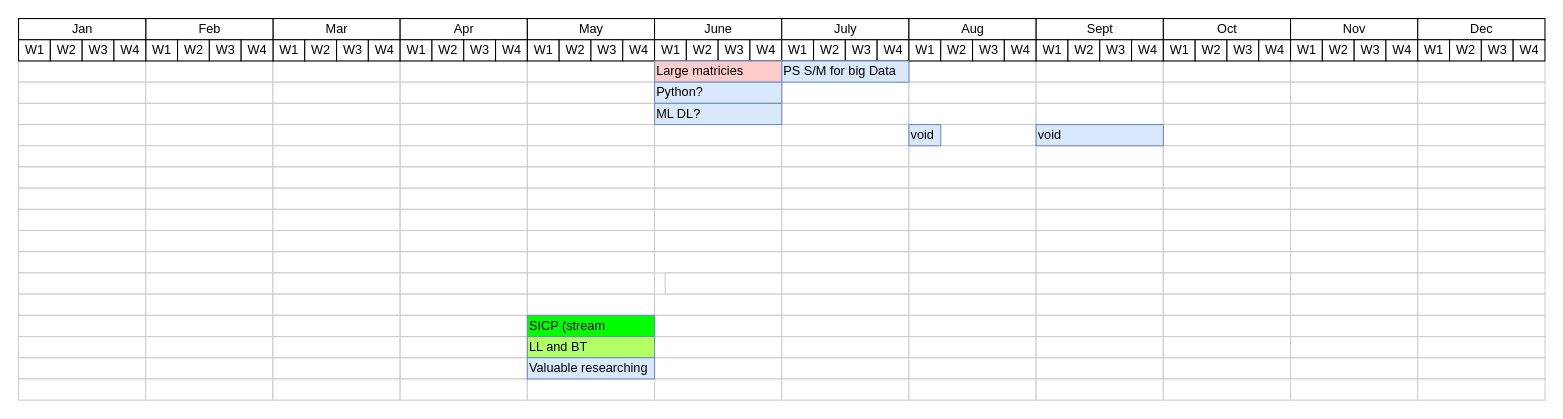
This is Table.drawio from AEduardovich/Diagrams.drawio, a draw.io file, before an edit. Source tidied: cells renumbered, new cells numbered last; positions are measured from the earlier drawing's top-left corner, leaving out a move shared by most shapes. Both pictures are drawn from the tidied source at 106%, with x=0, y=0 at pixel (18, 18).
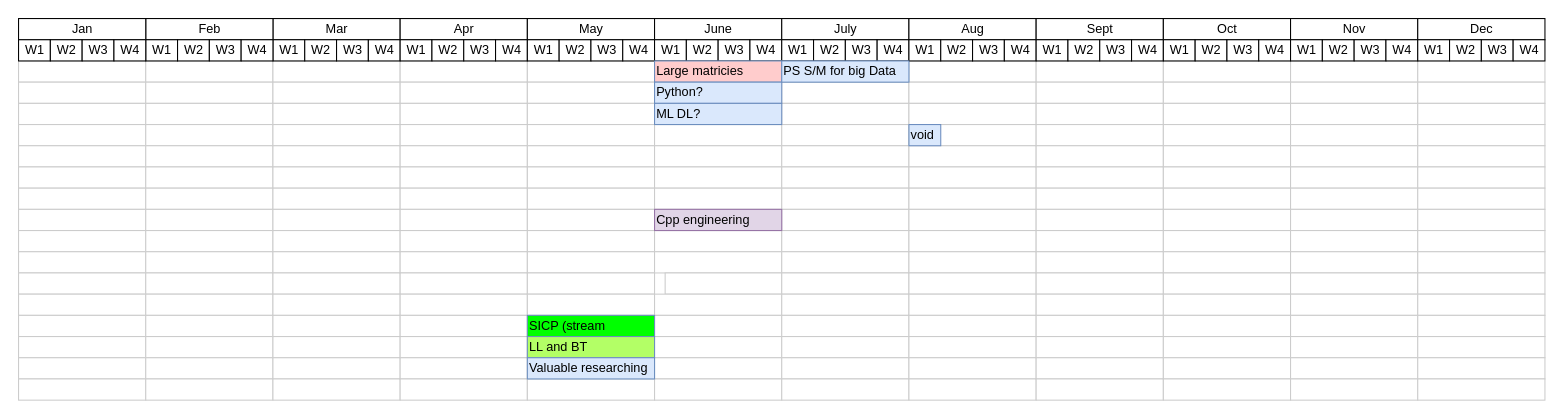
Above is the later version.

Diff of the diagram source:
```diff
@@
-    <mxCell id="261" value="void" style="align=left;strokeColor=#6c8ebf;html=1;fillColor=#dae8fc;" parent="1" vertex="1">
-      <mxGeometry x="960" y="100" width="120" height="20" as="geometry" />
+    <mxCell id="261" value="Cpp engineering" style="align=left;strokeColor=#9673a6;html=1;fillColor=#e1d5e7;" parent="1" vertex="1">
+      <mxGeometry x="600" y="180" width="120" height="20" as="geometry" />
     </mxCell>
```
